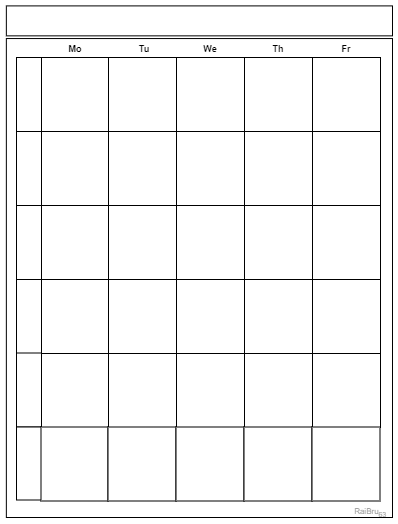
Earlier version of the draw.io export src/gobooklets/proj/assets/tn-passport/TNPassport-Planner-Monthly-6-1.png (raibru/note-planner). Source tidied: cells renumbered, new cells last; positions are measured from the earlier drawing's top-left corner, leaving out a move shared by most shapes. Its diagram source:
```xml
<mxGraphModel background="#FFFFFF">
  <root>
    <mxCell id="0" />
    <mxCell id="1" parent="0" />
    <mxCell id="2" style="group;" parent="1" vertex="1">
      <mxGeometry y="1" width="387" height="511" as="geometry" />
    </mxCell>
    <mxCell id="3" style="rounded=0;whiteSpace=wrap;html=1;" parent="2" vertex="1">
      <mxGeometry x="0.8" y="32" width="386.2" height="479" as="geometry" />
    </mxCell>
    <mxCell id="4" style="rounded=0;whiteSpace=wrap;html=1;" parent="2" vertex="1">
      <mxGeometry x="0.8" y="-0.6" width="386.2" height="30" as="geometry" />
    </mxCell>
    <mxCell id="5" style="group;" parent="2" vertex="1">
      <mxGeometry x="183" y="6.5" width="20.9" height="8.3" as="geometry" />
    </mxCell>
    <mxCell id="6" style="group;" parent="5" vertex="1">
      <mxGeometry width="20.9" height="8.3" as="geometry" />
    </mxCell>
    <mxCell id="7" value="RaiBru&lt;sub&gt;63&lt;/sub&gt;" style="text;html=1;strokeColor=none;fillColor=none;align=right;verticalAlign=middle;whiteSpace=wrap;rounded=0;fontFamily=Helvetica;fontSize=8;fontColor=#999999;" parent="2" vertex="1">
      <mxGeometry x="364.5" y="503.1" width="19.5" height="6.2" as="geometry" />
    </mxCell>
    <mxCell id="8" style="rounded=0;whiteSpace=wrap;html=1;" parent="2" vertex="1">
      <mxGeometry x="35.5" y="51" width="68" height="74" as="geometry" />
    </mxCell>
    <mxCell id="9" style="rounded=0;whiteSpace=wrap;html=1;" parent="2" vertex="1">
      <mxGeometry x="11" y="125" width="25" height="74" as="geometry" />
    </mxCell>
    <mxCell id="10" style="rounded=0;whiteSpace=wrap;html=1;" parent="2" vertex="1">
      <mxGeometry x="11" y="199" width="25" height="74" as="geometry" />
    </mxCell>
    <mxCell id="11" style="rounded=0;whiteSpace=wrap;html=1;" parent="2" vertex="1">
      <mxGeometry x="11" y="273" width="25" height="74" as="geometry" />
    </mxCell>
    <mxCell id="12" style="rounded=0;whiteSpace=wrap;html=1;" parent="2" vertex="1">
      <mxGeometry x="11" y="346.5" width="25" height="74" as="geometry" />
    </mxCell>
    <mxCell id="13" style="rounded=0;whiteSpace=wrap;html=1;" parent="2" vertex="1">
      <mxGeometry x="11" y="420.5" width="25" height="73" as="geometry" />
    </mxCell>
    <mxCell id="14" style="rounded=0;whiteSpace=wrap;html=1;" parent="2" vertex="1">
      <mxGeometry x="171" y="51" width="68" height="74" as="geometry" />
    </mxCell>
    <mxCell id="15" style="rounded=0;whiteSpace=wrap;html=1;" parent="2" vertex="1">
      <mxGeometry x="103" y="51" width="68" height="74" as="geometry" />
    </mxCell>
    <mxCell id="16" style="rounded=0;whiteSpace=wrap;html=1;" parent="2" vertex="1">
      <mxGeometry x="239" y="51" width="68" height="74" as="geometry" />
    </mxCell>
    <mxCell id="17" style="rounded=0;whiteSpace=wrap;html=1;" parent="2" vertex="1">
      <mxGeometry x="307" y="51" width="68" height="74" as="geometry" />
    </mxCell>
    <mxCell id="18" style="rounded=0;whiteSpace=wrap;html=1;" parent="2" vertex="1">
      <mxGeometry x="307" y="125" width="68" height="74" as="geometry" />
    </mxCell>
    <mxCell id="19" style="rounded=0;whiteSpace=wrap;html=1;" parent="2" vertex="1">
      <mxGeometry x="239" y="125" width="68" height="74" as="geometry" />
    </mxCell>
    <mxCell id="20" style="rounded=0;whiteSpace=wrap;html=1;" parent="2" vertex="1">
      <mxGeometry x="171" y="125" width="68" height="74" as="geometry" />
    </mxCell>
    <mxCell id="21" style="rounded=0;whiteSpace=wrap;html=1;" parent="2" vertex="1">
      <mxGeometry x="103" y="125" width="68" height="74" as="geometry" />
    </mxCell>
    <mxCell id="22" style="rounded=0;whiteSpace=wrap;html=1;" parent="2" vertex="1">
      <mxGeometry x="36" y="125" width="67" height="74" as="geometry" />
    </mxCell>
    <mxCell id="23" style="rounded=0;whiteSpace=wrap;html=1;" parent="2" vertex="1">
      <mxGeometry x="36" y="199" width="67" height="74" as="geometry" />
    </mxCell>
    <mxCell id="24" style="rounded=0;whiteSpace=wrap;html=1;" parent="2" vertex="1">
      <mxGeometry x="103" y="199" width="68" height="74" as="geometry" />
    </mxCell>
    <mxCell id="25" style="rounded=0;whiteSpace=wrap;html=1;" parent="2" vertex="1">
      <mxGeometry x="171" y="199" width="68" height="74" as="geometry" />
    </mxCell>
    <mxCell id="26" style="rounded=0;whiteSpace=wrap;html=1;" parent="2" vertex="1">
      <mxGeometry x="239" y="199" width="68" height="74" as="geometry" />
    </mxCell>
    <mxCell id="27" style="rounded=0;whiteSpace=wrap;html=1;" parent="2" vertex="1">
      <mxGeometry x="307" y="199" width="68" height="74" as="geometry" />
    </mxCell>
    <mxCell id="28" style="rounded=0;whiteSpace=wrap;html=1;" parent="2" vertex="1">
      <mxGeometry x="36" y="273" width="67" height="74" as="geometry" />
    </mxCell>
    <mxCell id="29" style="rounded=0;whiteSpace=wrap;html=1;" parent="2" vertex="1">
      <mxGeometry x="103" y="273" width="68" height="74" as="geometry" />
    </mxCell>
    <mxCell id="30" style="rounded=0;whiteSpace=wrap;html=1;" parent="2" vertex="1">
      <mxGeometry x="171" y="273" width="68" height="74" as="geometry" />
    </mxCell>
    <mxCell id="31" style="rounded=0;whiteSpace=wrap;html=1;" parent="2" vertex="1">
      <mxGeometry x="239" y="273" width="68" height="74" as="geometry" />
    </mxCell>
    <mxCell id="32" style="rounded=0;whiteSpace=wrap;html=1;" parent="2" vertex="1">
      <mxGeometry x="307" y="273" width="68" height="74" as="geometry" />
    </mxCell>
    <mxCell id="33" style="rounded=0;whiteSpace=wrap;html=1;" parent="2" vertex="1">
      <mxGeometry x="36" y="347" width="67" height="74" as="geometry" />
    </mxCell>
    <mxCell id="34" style="rounded=0;whiteSpace=wrap;html=1;" parent="2" vertex="1">
      <mxGeometry x="103" y="347" width="68" height="74" as="geometry" />
    </mxCell>
    <mxCell id="35" style="rounded=0;whiteSpace=wrap;html=1;" parent="2" vertex="1">
      <mxGeometry x="171" y="347" width="68" height="74" as="geometry" />
    </mxCell>
    <mxCell id="36" style="rounded=0;whiteSpace=wrap;html=1;" parent="2" vertex="1">
      <mxGeometry x="239" y="347" width="68" height="74" as="geometry" />
    </mxCell>
    <mxCell id="37" style="rounded=0;whiteSpace=wrap;html=1;" parent="2" vertex="1">
      <mxGeometry x="307" y="347" width="68" height="74" as="geometry" />
    </mxCell>
    <mxCell id="38" style="rounded=0;whiteSpace=wrap;html=1;" parent="2" vertex="1">
      <mxGeometry x="35.5" y="420.5" width="67" height="74" as="geometry" />
    </mxCell>
    <mxCell id="39" style="rounded=0;whiteSpace=wrap;html=1;" parent="2" vertex="1">
      <mxGeometry x="102.5" y="420.5" width="68" height="74" as="geometry" />
    </mxCell>
    <mxCell id="40" style="rounded=0;whiteSpace=wrap;html=1;" parent="2" vertex="1">
      <mxGeometry x="170.5" y="420.5" width="68" height="74" as="geometry" />
    </mxCell>
    <mxCell id="41" style="rounded=0;whiteSpace=wrap;html=1;" parent="2" vertex="1">
      <mxGeometry x="238.5" y="420.5" width="68" height="74" as="geometry" />
    </mxCell>
    <mxCell id="42" style="rounded=0;whiteSpace=wrap;html=1;" parent="2" vertex="1">
      <mxGeometry x="306.5" y="420.5" width="68" height="74" as="geometry" />
    </mxCell>
    <mxCell id="43" value="&lt;font style=&quot;font-size: 9px;&quot;&gt;Mo&lt;/font&gt;" style="text;html=1;align=center;verticalAlign=middle;whiteSpace=wrap;rounded=0;fontSize=11;fontStyle=1;" parent="2" vertex="1">
      <mxGeometry x="39.5" y="34" width="60" height="15" as="geometry" />
    </mxCell>
    <mxCell id="44" value="&lt;font style=&quot;font-size: 9px;&quot;&gt;Tu&lt;/font&gt;" style="text;html=1;align=center;verticalAlign=middle;whiteSpace=wrap;rounded=0;fontSize=11;fontStyle=1;" parent="2" vertex="1">
      <mxGeometry x="109" y="34" width="60" height="15" as="geometry" />
    </mxCell>
    <mxCell id="45" value="&lt;font style=&quot;font-size: 9px;&quot;&gt;We&lt;/font&gt;" style="text;html=1;align=center;verticalAlign=middle;whiteSpace=wrap;rounded=0;fontSize=11;fontStyle=1;" parent="2" vertex="1">
      <mxGeometry x="175" y="34" width="60" height="15" as="geometry" />
    </mxCell>
    <mxCell id="46" value="&lt;font style=&quot;font-size: 9px;&quot;&gt;Th&lt;/font&gt;" style="text;html=1;align=center;verticalAlign=middle;whiteSpace=wrap;rounded=0;fontSize=11;fontStyle=1;" parent="2" vertex="1">
      <mxGeometry x="243" y="34" width="60" height="15" as="geometry" />
    </mxCell>
    <mxCell id="47" value="&lt;font style=&quot;font-size: 9px;&quot;&gt;Fr&lt;/font&gt;" style="text;html=1;align=center;verticalAlign=middle;whiteSpace=wrap;rounded=0;fontSize=11;fontStyle=1;" parent="2" vertex="1">
      <mxGeometry x="311" y="34" width="60" height="15" as="geometry" />
    </mxCell>
    <mxCell id="48" style="rounded=0;whiteSpace=wrap;html=1;" parent="1" vertex="1">
      <mxGeometry x="11" y="52" width="25" height="74" as="geometry" />
    </mxCell>
  </root>
</mxGraphModel>
```
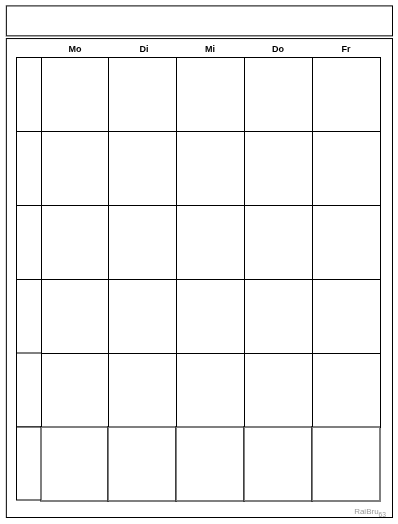
The same diagram one commit later.

Commit message:
(GO): change assets template german short week name

What changed in the source:
```diff
@@ -128,13 +128,13 @@
     <mxCell id="43" value="&lt;font style=&quot;font-size: 9px;&quot;&gt;Mo&lt;/font&gt;" style="text;html=1;align=center;verticalAlign=middle;whiteSpace=wrap;rounded=0;fontSize=11;fontStyle=1;" parent="2" vertex="1">
       <mxGeometry x="39.5" y="34" width="60" height="15" as="geometry" />
     </mxCell>
-    <mxCell id="44" value="&lt;font style=&quot;font-size: 9px;&quot;&gt;Tu&lt;/font&gt;" style="text;html=1;align=center;verticalAlign=middle;whiteSpace=wrap;rounded=0;fontSize=11;fontStyle=1;" parent="2" vertex="1">
+    <mxCell id="44" value="&lt;font style=&quot;font-size: 9px;&quot;&gt;Di&lt;/font&gt;" style="text;html=1;align=center;verticalAlign=middle;whiteSpace=wrap;rounded=0;fontSize=11;fontStyle=1;" parent="2" vertex="1">
       <mxGeometry x="109" y="34" width="60" height="15" as="geometry" />
     </mxCell>
-    <mxCell id="45" value="&lt;font style=&quot;font-size: 9px;&quot;&gt;We&lt;/font&gt;" style="text;html=1;align=center;verticalAlign=middle;whiteSpace=wrap;rounded=0;fontSize=11;fontStyle=1;" parent="2" vertex="1">
+    <mxCell id="45" value="&lt;font style=&quot;font-size: 9px;&quot;&gt;Mi&lt;/font&gt;" style="text;html=1;align=center;verticalAlign=middle;whiteSpace=wrap;rounded=0;fontSize=11;fontStyle=1;" parent="2" vertex="1">
       <mxGeometry x="175" y="34" width="60" height="15" as="geometry" />
     </mxCell>
-    <mxCell id="46" value="&lt;font style=&quot;font-size: 9px;&quot;&gt;Th&lt;/font&gt;" style="text;html=1;align=center;verticalAlign=middle;whiteSpace=wrap;rounded=0;fontSize=11;fontStyle=1;" parent="2" vertex="1">
+    <mxCell id="46" value="&lt;font style=&quot;font-size: 9px;&quot;&gt;Do&lt;/font&gt;" style="text;html=1;align=center;verticalAlign=middle;whiteSpace=wrap;rounded=0;fontSize=11;fontStyle=1;" parent="2" vertex="1">
       <mxGeometry x="243" y="34" width="60" height="15" as="geometry" />
     </mxCell>
     <mxCell id="47" value="&lt;font style=&quot;font-size: 9px;&quot;&gt;Fr&lt;/font&gt;" style="text;html=1;align=center;verticalAlign=middle;whiteSpace=wrap;rounded=0;fontSize=11;fontStyle=1;" parent="2" vertex="1">
```
